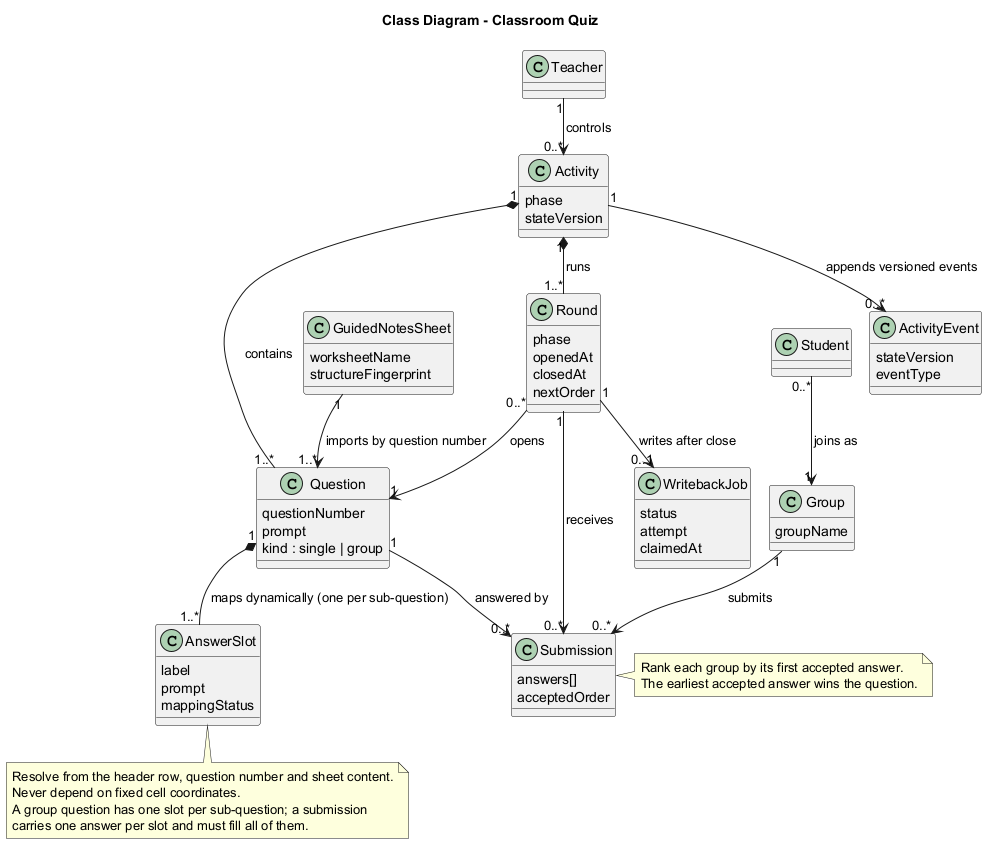
This is main/diagrams/class.png from Chunshan-Theta/2026-SW-quickanswer, a PlantUML export, as it was before one commit.
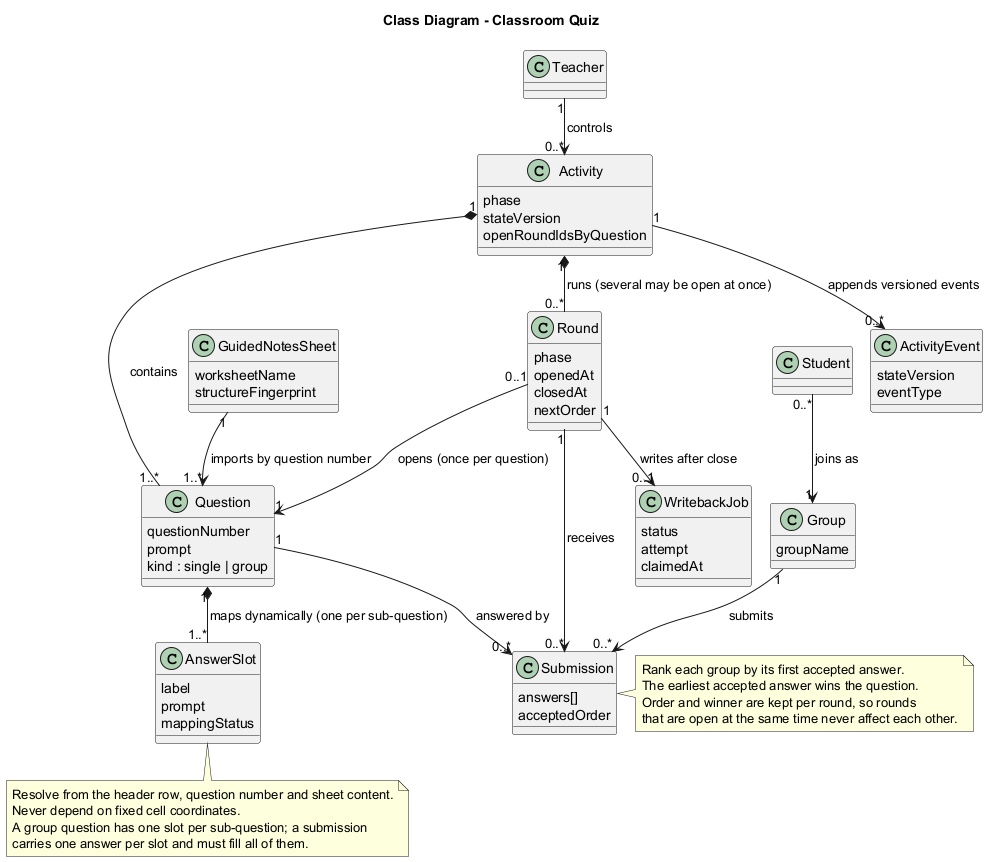
After the change.

What changed in the source:
```diff
@@ -10,6 +10,7 @@
 class Activity {
   phase
   stateVersion
+  openRoundIdsByQuestion
 }
 class Question {
   questionNumber
@@ -47,8 +48,8 @@
 
 Teacher "1" --> "0..*" Activity : controls
 Activity "1" *-- "1..*" Question : contains
-Activity "1" *-- "1..*" Round : runs
-Round "0..*" --> "1" Question : opens
+Activity "1" *-- "0..*" Round : runs (several may be open at once)
+Round "0..1" --> "1" Question : opens (once per question)
 Student "0..*" --> "1" Group : joins as
 Group "1" --> "0..*" Submission : submits
 Round "1" --> "0..*" Submission : receives
@@ -61,6 +62,8 @@
 note right of Submission
   Rank each group by its first accepted answer.
   The earliest accepted answer wins the question.
+  Order and winner are kept per round, so rounds
+  that are open at the same time never affect each other.
 end note
 note bottom of AnswerSlot
   Resolve from the header row, question number and sheet content.
```
